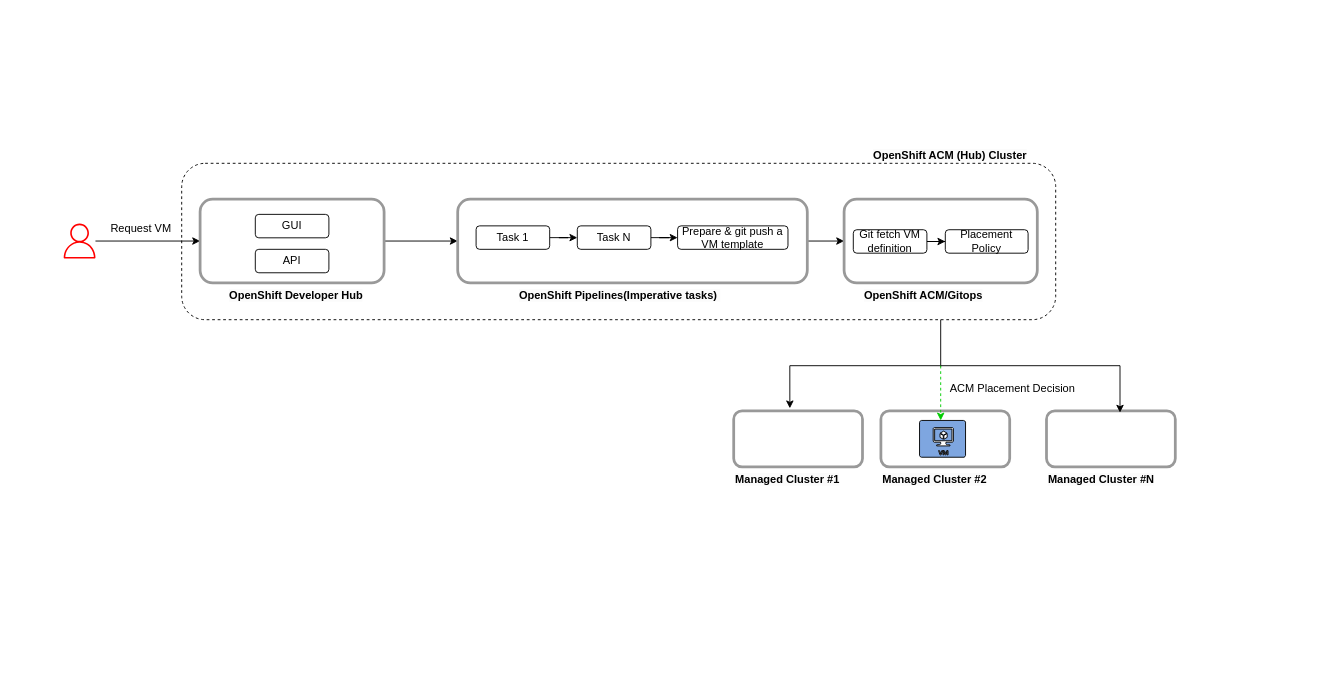
Above: images/vm-provision-hld-flow-dev-hub.drawio.xml in sumantripuraneni/openshift-virt-vm-automation (draw.io), before the change. Source tidied: cells renumbered, new cells numbered last; positions are measured from the earlier drawing's top-left corner, leaving out a move shared by most shapes. Both pictures are drawn from the tidied source at 92%, with x=0, y=0 at pixel (62, 143).
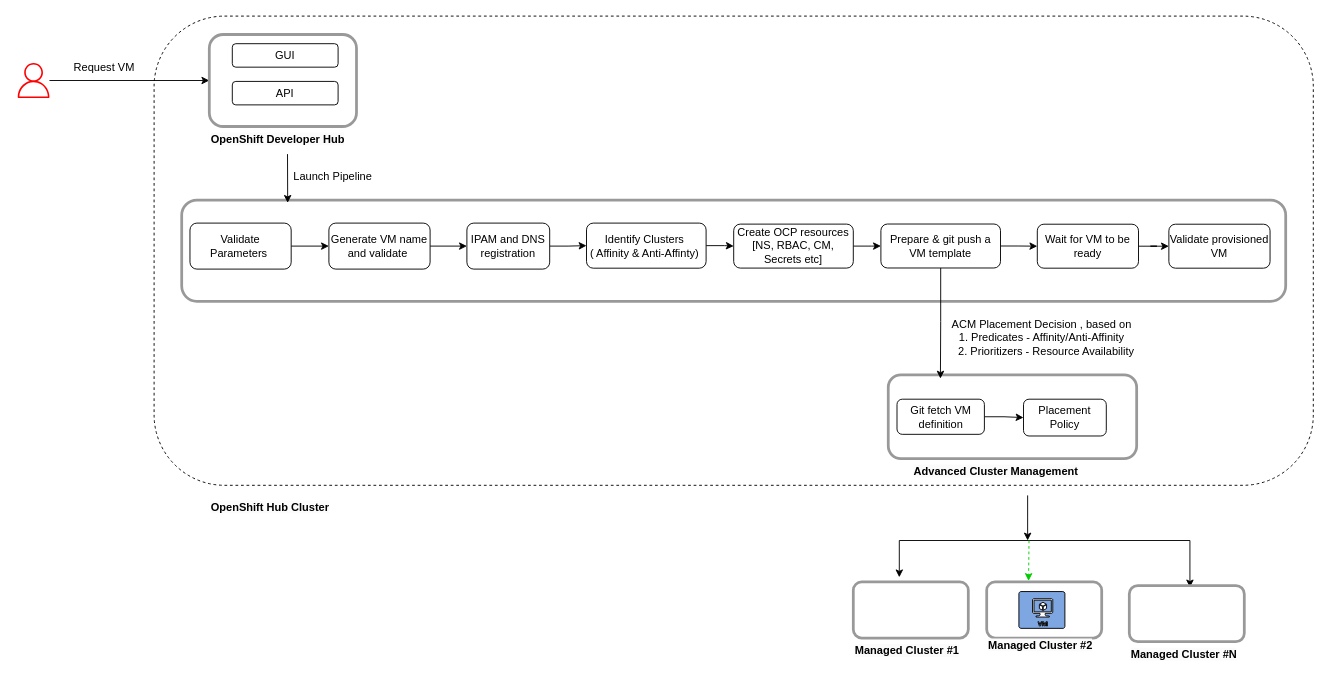
After the change.

Commit message (it also covers changes not shown here):
provisioning flow

Diff of the diagram source:
```diff
@@
     <mxCell id="2" style="rounded=1;whiteSpace=wrap;html=1;dashed=1;" parent="1" vertex="1">
-      <mxGeometry x="130" y="22" width="950" height="170" as="geometry" />
+      <mxGeometry x="100" y="-138" width="1260" height="510" as="geometry" />
     </mxCell>
@@
     <mxCell id="4" style="sketch=0;outlineConnect=0;fontColor=#232F3E;gradientColor=none;fillColor=#FF0000;strokeColor=none;dashed=0;verticalLabelPosition=bottom;verticalAlign=top;align=center;html=1;fontSize=12;fontStyle=0;shape=mxgraph.aws4.user;" parent="1" vertex="1">
-      <mxGeometry y="87.5" width="38" height="38" as="geometry" />
+      <mxGeometry x="-50" y="-87" width="38" height="38" as="geometry" />
     </mxCell>
-    <mxCell id="5" style="edgeStyle=orthogonalEdgeStyle;rounded=0;jettySize=auto;html=1;" parent="1" edge="1" source="6" target="11">
-      <mxGeometry relative="1" as="geometry" />
-    </mxCell>
     <mxCell id="6" style="rounded=1;whiteSpace=wrap;html=1;strokeWidth=3;strokeColor=#999999;" parent="1" vertex="1">
-      <mxGeometry x="150" y="61" width="200" height="91" as="geometry" />
+      <mxGeometry x="160" y="-118" width="160" height="100" as="geometry" />
     </mxCell>
     <mxCell id="7" value="&lt;span style=&quot;color: rgb(0, 0, 0); font-family: Helvetica; font-size: 12px; font-style: normal; font-variant-ligatures: normal; font-variant-caps: normal; letter-spacing: normal; orphans: 2; text-align: center; text-indent: 0px; text-transform: none; widows: 2; word-spacing: 0px; -webkit-text-stroke-width: 0px; white-space: normal; background-color: rgb(251, 251, 251); text-decoration-thickness: initial; text-decoration-style: initial; text-decoration-color: initial; float: none; display: inline !important;&quot;&gt;&lt;b&gt;OpenShift Developer Hub&lt;/b&gt;&lt;/span&gt;" style="text;whiteSpace=wrap;html=1;" parent="1" vertex="1">
-      <mxGeometry x="180" y="152" width="170" height="40" as="geometry" />
+      <mxGeometry x="160" y="-18" width="170" height="30" as="geometry" />
     </mxCell>
     <mxCell id="8" value="GUI" style="rounded=1;whiteSpace=wrap;html=1;" parent="1" vertex="1">
-      <mxGeometry x="210" y="77.5" width="80" height="25.5" as="geometry" />
+      <mxGeometry x="185" y="-108" width="115" height="25.5" as="geometry" />
     </mxCell>
     <mxCell id="9" value="API" style="rounded=1;whiteSpace=wrap;html=1;" parent="1" vertex="1">
-      <mxGeometry x="210" y="115.5" width="80" height="25.5" as="geometry" />
+      <mxGeometry x="185" y="-67" width="115" height="25.5" as="geometry" />
     </mxCell>
-    <mxCell id="10" style="edgeStyle=orthogonalEdgeStyle;rounded=0;jettySize=auto;html=1;entryX=0;entryY=0.5;entryDx=0;entryDy=0;" parent="1" edge="1" source="11" target="18">
-      <mxGeometry relative="1" as="geometry" />
-    </mxCell>
     <mxCell id="11" style="rounded=1;whiteSpace=wrap;html=1;strokeWidth=3;strokeColor=#999999;" parent="1" vertex="1">
-      <mxGeometry x="430" y="61" width="380" height="91" as="geometry" />
+      <mxGeometry x="130" y="62" width="1200" height="110" as="geometry" />
     </mxCell>
+    <mxCell id="36" style="edgeStyle=orthogonalEdgeStyle;rounded=0;jettySize=auto;html=1;" parent="1" edge="1" source="12">
+      <mxGeometry relative="1" as="geometry">
+        <mxPoint x="1049.5" y="432" as="targetPoint" />
+      </mxGeometry>
+    </mxCell>
-    <mxCell id="12" value="&lt;span style=&quot;color: rgb(0, 0, 0); font-family: Helvetica; font-size: 12px; font-style: normal; font-variant-ligatures: normal; font-variant-caps: normal; letter-spacing: normal; orphans: 2; text-align: center; text-indent: 0px; text-transform: none; widows: 2; word-spacing: 0px; -webkit-text-stroke-width: 0px; white-space: normal; background-color: rgb(251, 251, 251); text-decoration-thickness: initial; text-decoration-style: initial; text-decoration-color: initial; float: none; display: inline !important;&quot;&gt;&lt;b&gt;OpenShift Pipelines(Imperative tasks)&amp;nbsp;&lt;/b&gt;&lt;/span&gt;" style="text;whiteSpace=wrap;html=1;" parent="1" vertex="1">
-      <mxGeometry x="494.5" y="152" width="251" height="40" as="geometry" />
+    <mxCell id="12" value="&lt;span style=&quot;color: rgb(0, 0, 0); font-family: Helvetica; font-size: 12px; font-style: normal; font-variant-ligatures: normal; font-variant-caps: normal; letter-spacing: normal; orphans: 2; text-align: center; text-indent: 0px; text-transform: none; widows: 2; word-spacing: 0px; -webkit-text-stroke-width: 0px; white-space: normal; background-color: rgb(251, 251, 251); text-decoration-thickness: initial; text-decoration-style: initial; text-decoration-color: initial; float: none; display: inline !important;&quot;&gt;&lt;b&gt;Advanced Cluster Management&lt;/b&gt;&lt;/span&gt;" style="text;whiteSpace=wrap;html=1;" parent="1" vertex="1">
+      <mxGeometry x="924" y="343" width="251" height="40" as="geometry" />
     </mxCell>
@@
-    <mxCell id="14" value="Task 1" style="rounded=1;whiteSpace=wrap;html=1;" parent="1" vertex="1">
-      <mxGeometry x="450" y="90" width="80" height="25.5" as="geometry" />
+    <mxCell id="14" value="Generate VM name and validate&amp;nbsp;" style="rounded=1;whiteSpace=wrap;html=1;" parent="1" vertex="1">
+      <mxGeometry x="290" y="87" width="110" height="50" as="geometry" />
     </mxCell>
@@
-    <mxCell id="16" value="Task N" style="rounded=1;whiteSpace=wrap;html=1;" parent="1" vertex="1">
-      <mxGeometry x="560" y="90" width="80" height="25.5" as="geometry" />
+    <mxCell id="16" value="IPAM and DNS registration" style="rounded=1;whiteSpace=wrap;html=1;" parent="1" vertex="1">
+      <mxGeometry x="440" y="87" width="90" height="50" as="geometry" />
     </mxCell>
+    <mxCell id="37" style="edgeStyle=orthogonalEdgeStyle;rounded=0;jettySize=auto;html=1;" parent="1" edge="1" source="17" target="39">
+      <mxGeometry relative="1" as="geometry" />
+    </mxCell>
-    <mxCell id="17" value="Prepare &amp;amp; git push a VM template" style="rounded=1;whiteSpace=wrap;html=1;" parent="1" vertex="1">
-      <mxGeometry x="669" y="90" width="120" height="25.5" as="geometry" />
+    <mxCell id="17" value="Identify Clusters&amp;nbsp;&lt;div&gt;( Affinity &amp;amp; Anti-Affinty)&amp;nbsp;&lt;/div&gt;" style="rounded=1;whiteSpace=wrap;html=1;" parent="1" vertex="1">
+      <mxGeometry x="570" y="87" width="130" height="49" as="geometry" />
     </mxCell>
     <mxCell id="18" style="rounded=1;whiteSpace=wrap;html=1;strokeWidth=3;strokeColor=#999999;" parent="1" vertex="1">
-      <mxGeometry x="850" y="61" width="210" height="91" as="geometry" />
+      <mxGeometry x="898" y="252" width="270" height="91" as="geometry" />
     </mxCell>
-    <mxCell id="19" value="&lt;span style=&quot;color: rgb(0, 0, 0); font-family: Helvetica; font-size: 12px; font-style: normal; font-variant-ligatures: normal; font-variant-caps: normal; letter-spacing: normal; orphans: 2; text-align: center; text-indent: 0px; text-transform: none; widows: 2; word-spacing: 0px; -webkit-text-stroke-width: 0px; white-space: normal; background-color: rgb(251, 251, 251); text-decoration-thickness: initial; text-decoration-style: initial; text-decoration-color: initial; float: none; display: inline !important;&quot;&gt;&lt;b&gt;OpenShift ACM/Gitops&lt;/b&gt;&lt;/span&gt;" style="text;whiteSpace=wrap;html=1;" parent="1" vertex="1">
-      <mxGeometry x="870" y="152" width="170" height="40" as="geometry" />
-    </mxCell>
@@
     <mxCell id="21" value="Git fetch VM definition" style="rounded=1;whiteSpace=wrap;html=1;" parent="1" vertex="1">
-      <mxGeometry x="860" y="94.2" width="80" height="25.5" as="geometry" />
+      <mxGeometry x="907.5" y="278.4" width="95" height="38.2" as="geometry" />
     </mxCell>
     <mxCell id="22" value="Placement Policy" style="rounded=1;whiteSpace=wrap;html=1;" parent="1" vertex="1">
-      <mxGeometry x="960" y="94.2" width="90" height="25.5" as="geometry" />
+      <mxGeometry x="1045" y="278.4" width="90" height="40" as="geometry" />
     </mxCell>
     <mxCell id="23" style="rounded=1;whiteSpace=wrap;html=1;strokeWidth=3;strokeColor=#999999;" parent="1" vertex="1">
-      <mxGeometry x="890" y="291" width="140" height="61" as="geometry" />
+      <mxGeometry x="1005" y="477" width="125" height="61" as="geometry" />
     </mxCell>
-    <mxCell id="24" value="&lt;span style=&quot;color: rgb(0, 0, 0); font-family: Helvetica; font-size: 12px; font-style: normal; font-variant-ligatures: normal; font-variant-caps: normal; letter-spacing: normal; orphans: 2; text-align: center; text-indent: 0px; text-transform: none; widows: 2; word-spacing: 0px; -webkit-text-stroke-width: 0px; white-space: normal; background-color: rgb(251, 251, 251); text-decoration-thickness: initial; text-decoration-style: initial; text-decoration-color: initial; float: none; display: inline !important;&quot;&gt;&lt;b&gt;OpenShift ACM (Hub) Cluster&lt;/b&gt;&lt;/span&gt;" style="text;whiteSpace=wrap;html=1;" parent="1" vertex="1">
-      <mxGeometry x="880" width="180" height="40" as="geometry" />
-    </mxCell>
     <mxCell id="25" value="Request VM" style="text;html=1;align=center;verticalAlign=middle;whiteSpace=wrap;rounded=0;" parent="1" vertex="1">
-      <mxGeometry x="50" y="77.5" width="72" height="30" as="geometry" />
+      <mxGeometry x="10" y="-97" width="72" height="30" as="geometry" />
     </mxCell>
-    <mxCell id="26" style="rounded=1;whiteSpace=wrap;html=1;strokeWidth=3;strokeColor=#999999;" parent="1" vertex="1">
-      <mxGeometry x="730" y="291" width="140" height="61" as="geometry" />
-    </mxCell>
-    <mxCell id="27" style="rounded=1;whiteSpace=wrap;html=1;strokeWidth=3;strokeColor=#999999;" parent="1" vertex="1">
-      <mxGeometry x="1070" y="291" width="140" height="61" as="geometry" />
-    </mxCell>
     <mxCell id="28" style="verticalLabelPosition=bottom;html=1;verticalAlign=top;align=center;strokeColor=default;fillColor=#7EA6E0;shape=mxgraph.azure.virtual_machine;" parent="1" vertex="1">
-      <mxGeometry x="932" y="301.5" width="50" height="40" as="geometry" />
+      <mxGeometry x="1040" y="487.5" width="50" height="40" as="geometry" />
     </mxCell>
-    <mxCell id="29" style="edgeStyle=orthogonalEdgeStyle;rounded=0;jettySize=auto;html=1;entryX=0.436;entryY=-0.044;entryDx=0;entryDy=0;entryPerimeter=0;" parent="1" edge="1" source="19" target="26">
-      <mxGeometry relative="1" as="geometry">
-        <Array as="points">
-          <mxPoint x="955" y="242" />
-          <mxPoint x="791" y="242" />
-        </Array>
-      </mxGeometry>
-    </mxCell>
     <mxCell id="30" style="edgeStyle=orthogonalEdgeStyle;rounded=0;orthogonalLoop=1;jettySize=auto;html=1;entryX=0.571;entryY=0.121;entryDx=0;entryDy=0;entryPerimeter=0;" parent="1" edge="1">
       <mxGeometry relative="1" as="geometry">
-        <mxPoint x="955" y="243" as="sourcePoint" />
-        <mxPoint x="1149.9" y="293" as="targetPoint" />
+        <mxPoint x="910" y="432" as="sourcePoint" />
+        <mxPoint x="1225.9" y="483" as="targetPoint" />
         <Array as="points">
-          <mxPoint x="955" y="242" />
-          <mxPoint x="1150" y="242" />
+          <mxPoint x="1226" y="432" />
         </Array>
       </mxGeometry>
     </mxCell>
     <mxCell id="31" value="&lt;span style=&quot;color: rgb(0, 0, 0); font-family: Helvetica; font-size: 12px; font-style: normal; font-variant-ligatures: normal; font-variant-caps: normal; letter-spacing: normal; orphans: 2; text-align: center; text-indent: 0px; text-transform: none; widows: 2; word-spacing: 0px; -webkit-text-stroke-width: 0px; white-space: normal; background-color: rgb(251, 251, 251); text-decoration-thickness: initial; text-decoration-style: initial; text-decoration-color: initial; float: none; display: inline !important;&quot;&gt;&lt;b&gt;Managed Cluster #1&lt;/b&gt;&lt;/span&gt;" style="text;whiteSpace=wrap;html=1;" parent="1" vertex="1">
-      <mxGeometry x="730" y="352" width="170" height="40" as="geometry" />
+      <mxGeometry x="860" y="538" width="170" height="40" as="geometry" />
     </mxCell>
     <mxCell id="32" value="&lt;span style=&quot;color: rgb(0, 0, 0); font-family: Helvetica; font-size: 12px; font-style: normal; font-variant-ligatures: normal; font-variant-caps: normal; letter-spacing: normal; orphans: 2; text-align: center; text-indent: 0px; text-transform: none; widows: 2; word-spacing: 0px; -webkit-text-stroke-width: 0px; white-space: normal; background-color: rgb(251, 251, 251); text-decoration-thickness: initial; text-decoration-style: initial; text-decoration-color: initial; float: none; display: inline !important;&quot;&gt;&lt;b&gt;Managed Cluster #2&lt;/b&gt;&lt;/span&gt;" style="text;whiteSpace=wrap;html=1;" parent="1" vertex="1">
-      <mxGeometry x="890" y="352" width="170" height="30" as="geometry" />
+      <mxGeometry x="1005" y="532" width="170" height="30" as="geometry" />
     </mxCell>
     <mxCell id="33" value="&lt;span style=&quot;color: rgb(0, 0, 0); font-family: Helvetica; font-size: 12px; font-style: normal; font-variant-ligatures: normal; font-variant-caps: normal; letter-spacing: normal; orphans: 2; text-align: center; text-indent: 0px; text-transform: none; widows: 2; word-spacing: 0px; -webkit-text-stroke-width: 0px; white-space: normal; background-color: rgb(251, 251, 251); text-decoration-thickness: initial; text-decoration-style: initial; text-decoration-color: initial; float: none; display: inline !important;&quot;&gt;&lt;b&gt;Managed Cluster #N&lt;/b&gt;&lt;/span&gt;" style="text;whiteSpace=wrap;html=1;" parent="1" vertex="1">
-      <mxGeometry x="1070" y="352" width="170" height="40" as="geometry" />
+      <mxGeometry x="1160" y="542" width="170" height="40" as="geometry" />
     </mxCell>
     <mxCell id="34" style="endArrow=classic;html=1;rounded=0;entryX=0.5;entryY=0;entryDx=0;entryDy=0;entryPerimeter=0;dashed=1;strokeColor=#00CC00;" parent="1" edge="1">
       <mxGeometry relative="1" as="geometry">
-        <mxPoint x="955" y="242" as="sourcePoint" />
-        <mxPoint x="955" y="301.5" as="targetPoint" />
+        <mxPoint x="1051" y="432" as="sourcePoint" />
+        <mxPoint x="1050.5" y="476" as="targetPoint" />
       </mxGeometry>
     </mxCell>
-    <mxCell id="35" value="ACM Placement Decision&amp;nbsp;" style="text;html=1;align=center;verticalAlign=middle;whiteSpace=wrap;rounded=0;" parent="1" vertex="1">
-      <mxGeometry x="960" y="252" width="150" height="30" as="geometry" />
+    <mxCell id="35" value="ACM Placement Decision , based on&lt;div&gt;1. Predicates - Affinity/Anti-Affinity&lt;/div&gt;&lt;div&gt;&amp;nbsp; &amp;nbsp;2. Prioritizers - Resource Availability&lt;/div&gt;" style="text;html=1;align=center;verticalAlign=middle;whiteSpace=wrap;rounded=0;" parent="1" vertex="1">
+      <mxGeometry x="900" y="182" width="330" height="60" as="geometry" />
     </mxCell>
+    <mxCell id="38" style="edgeStyle=orthogonalEdgeStyle;rounded=0;jettySize=auto;html=1;" parent="1" edge="1" source="39" target="43">
+      <mxGeometry relative="1" as="geometry" />
+    </mxCell>
+    <mxCell id="39" value="Create OCP resources [NS, RBAC, CM, Secrets etc]" style="rounded=1;whiteSpace=wrap;html=1;" parent="1" vertex="1">
+      <mxGeometry x="730" y="88.1" width="130" height="47.8" as="geometry" />
+    </mxCell>
+    <mxCell id="40" style="edgeStyle=orthogonalEdgeStyle;rounded=0;jettySize=auto;html=1;" parent="1" edge="1" source="41" target="14">
+      <mxGeometry relative="1" as="geometry" />
+    </mxCell>
+    <mxCell id="41" value="Validate Parameters&amp;nbsp;" style="rounded=1;whiteSpace=wrap;html=1;" parent="1" vertex="1">
+      <mxGeometry x="139" y="87" width="110" height="50" as="geometry" />
+    </mxCell>
+    <mxCell id="42" style="edgeStyle=orthogonalEdgeStyle;rounded=0;jettySize=auto;html=1;" parent="1" edge="1" source="43" target="46">
+      <mxGeometry relative="1" as="geometry" />
+    </mxCell>
+    <mxCell id="43" value="Prepare &amp;amp; git push a VM template" style="rounded=1;whiteSpace=wrap;html=1;" parent="1" vertex="1">
+      <mxGeometry x="890" y="88" width="130" height="47.8" as="geometry" />
+    </mxCell>
+    <mxCell id="44" value="Launch Pipeline" style="text;html=1;align=center;verticalAlign=middle;whiteSpace=wrap;rounded=0;" parent="1" vertex="1">
+      <mxGeometry x="249" y="22" width="91" height="30" as="geometry" />
+    </mxCell>
+    <mxCell id="45" style="edgeStyle=orthogonalEdgeStyle;rounded=0;jettySize=auto;html=1;" parent="1" edge="1" source="46" target="47">
+      <mxGeometry relative="1" as="geometry" />
+    </mxCell>
+    <mxCell id="46" value="Wait for VM to be ready" style="rounded=1;whiteSpace=wrap;html=1;" parent="1" vertex="1">
+      <mxGeometry x="1060" y="88.2" width="110" height="47.8" as="geometry" />
+    </mxCell>
+    <mxCell id="47" value="Validate provisioned VM" style="rounded=1;whiteSpace=wrap;html=1;" parent="1" vertex="1">
+      <mxGeometry x="1203" y="88.2" width="110" height="47.8" as="geometry" />
+    </mxCell>
+    <mxCell id="48" style="endArrow=classic;html=1;rounded=0;exitX=0.5;exitY=1;exitDx=0;exitDy=0;entryX=0.096;entryY=0.027;entryDx=0;entryDy=0;entryPerimeter=0;" parent="1" edge="1" source="7" target="11">
+      <mxGeometry relative="1" as="geometry" />
+    </mxCell>
+    <mxCell id="49" style="edgeStyle=orthogonalEdgeStyle;rounded=0;jettySize=auto;html=1;entryX=0.21;entryY=0.044;entryDx=0;entryDy=0;entryPerimeter=0;" parent="1" edge="1" source="43" target="18">
+      <mxGeometry relative="1" as="geometry" />
+    </mxCell>
+    <mxCell id="50" style="endArrow=classic;html=1;rounded=0;" parent="1" edge="1">
+      <mxGeometry relative="1" as="geometry">
+        <mxPoint x="910" y="432" as="sourcePoint" />
+        <mxPoint x="910" y="472" as="targetPoint" />
+      </mxGeometry>
+    </mxCell>
+    <mxCell id="51" value="&lt;span style=&quot;color: rgb(0, 0, 0); font-family: Helvetica; font-size: 12px; font-style: normal; font-variant-ligatures: normal; font-variant-caps: normal; letter-spacing: normal; orphans: 2; text-align: center; text-indent: 0px; text-transform: none; widows: 2; word-spacing: 0px; -webkit-text-stroke-width: 0px; white-space: normal; background-color: rgb(251, 251, 251); text-decoration-thickness: initial; text-decoration-style: initial; text-decoration-color: initial; float: none; display: inline !important;&quot;&gt;&lt;b&gt;OpenShift Hub Cluster&lt;/b&gt;&lt;/span&gt;" style="text;whiteSpace=wrap;html=1;" parent="1" vertex="1">
+      <mxGeometry x="160" y="382" width="251" height="40" as="geometry" />
+    </mxCell>
+    <mxCell id="52" style="rounded=1;whiteSpace=wrap;html=1;strokeWidth=3;strokeColor=#999999;" parent="1" vertex="1">
+      <mxGeometry x="860" y="477" width="125" height="61" as="geometry" />
+    </mxCell>
+    <mxCell id="53" style="rounded=1;whiteSpace=wrap;html=1;strokeWidth=3;strokeColor=#999999;" parent="1" vertex="1">
+      <mxGeometry x="1160" y="481" width="125" height="61" as="geometry" />
+    </mxCell>
```
